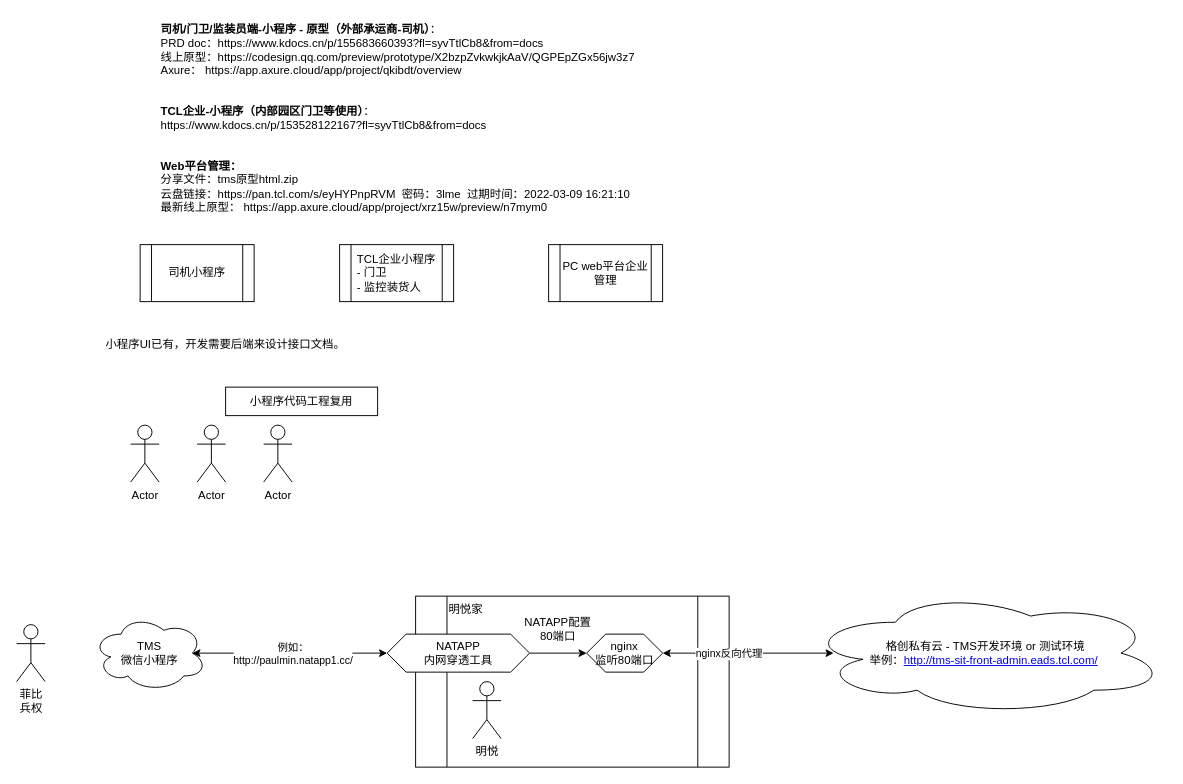
The draw.io diagram page "触点端" (1 of 11) of TMS.drawio in lawplus/diagrams, before the edit. Source tidied: cells renumbered, new cells numbered last; positions are measured from the earlier drawing's top-left corner, leaving out a move shared by most shapes. Both pictures are drawn from the tidied source at 95%, with x=0, y=0 at pixel (16, 16).
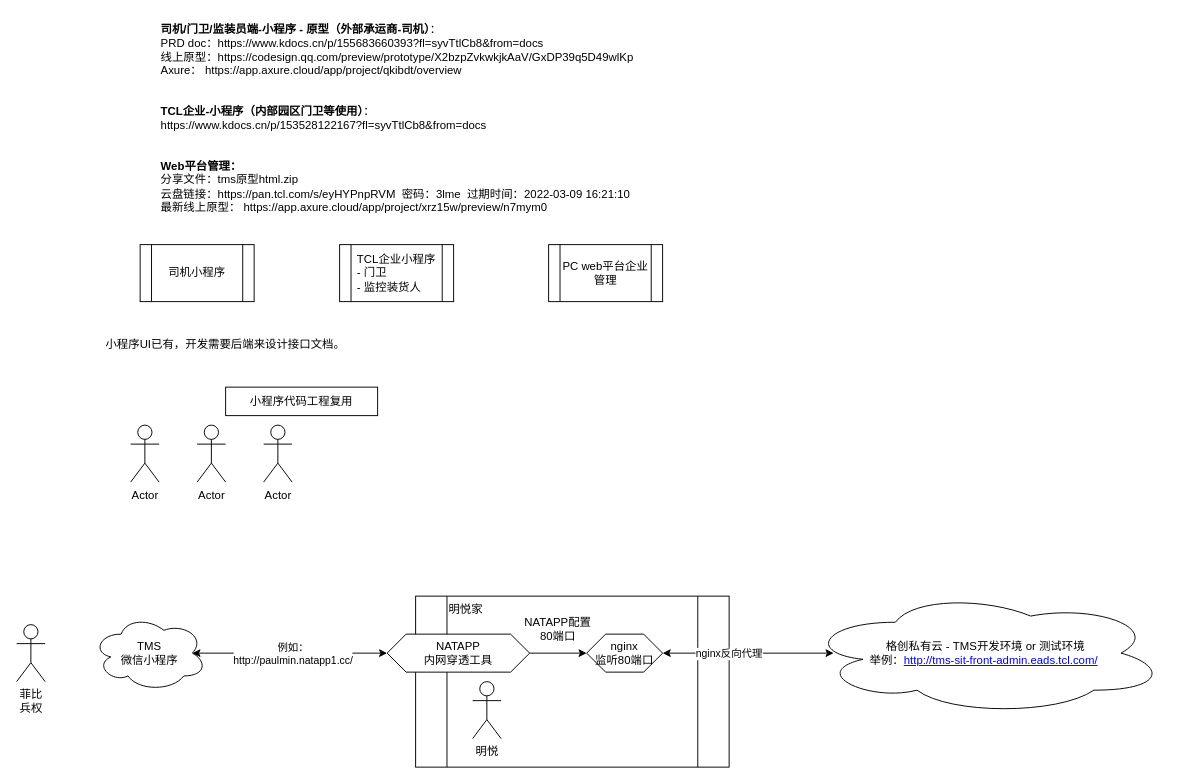
Above is the later version.

What changed in the source:
```diff
@@
-    <mxCell id="3" value="&lt;b&gt;司机/门卫/监装员端-小程序 - 原型（外部承运商-司机）&lt;/b&gt;：&amp;nbsp;&lt;br&gt;PRD doc：https://www.kdocs.cn/p/155683660393?fl=syvTtlCb8&amp;amp;from=docs &lt;br&gt;线上原型：https://codesign.qq.com/preview/prototype/X2bzpZvkwkjkAaV/QGPEpZGx56jw3z7&lt;br&gt;Axure：&amp;nbsp;https://app.axure.cloud/app/project/qkibdt/overview&lt;br&gt;&lt;br&gt;&lt;br&gt;&lt;b&gt;TCL企业-小程序（内部园区门卫等使用）&lt;/b&gt;：&lt;br&gt;https://www.kdocs.cn/p/153528122167?fl=syvTtlCb8&amp;amp;from=docs&lt;br&gt;&lt;br&gt;&lt;br&gt;&lt;b&gt;Web平台管理：&lt;/b&gt;&lt;br&gt;&lt;div&gt;分享文件：tms原型html.zip&lt;/div&gt;&lt;div&gt;云盘链接：https://pan.tcl.com/s/eyHYPnpRVM&amp;nbsp; 密码：3lme&amp;nbsp; 过期时间：2022-03-09 16:21:10&lt;/div&gt;&lt;div&gt;最新线上原型：&amp;nbsp;https://app.axure.cloud/app/project/xrz15w/preview/n7mym0&lt;/div&gt;" style="text;whiteSpace=wrap;html=1;" parent="1" vertex="1">
+    <mxCell id="3" value="&lt;b&gt;司机/门卫/监装员端-小程序 - 原型（外部承运商-司机）&lt;/b&gt;：&amp;nbsp;&lt;br&gt;PRD doc：https://www.kdocs.cn/p/155683660393?fl=syvTtlCb8&amp;amp;from=docs &lt;br&gt;线上原型：https://codesign.qq.com/preview/prototype/X2bzpZvkwkjkAaV/GxDP39q5D49wlKp&lt;br&gt;Axure：&amp;nbsp;https://app.axure.cloud/app/project/qkibdt/overview&lt;br&gt;&lt;br&gt;&lt;br&gt;&lt;b&gt;TCL企业-小程序（内部园区门卫等使用）&lt;/b&gt;：&lt;br&gt;https://www.kdocs.cn/p/153528122167?fl=syvTtlCb8&amp;amp;from=docs&lt;br&gt;&lt;br&gt;&lt;br&gt;&lt;b&gt;Web平台管理：&lt;/b&gt;&lt;br&gt;&lt;div&gt;分享文件：tms原型html.zip&lt;/div&gt;&lt;div&gt;云盘链接：https://pan.tcl.com/s/eyHYPnpRVM&amp;nbsp; 密码：3lme&amp;nbsp; 过期时间：2022-03-09 16:21:10&lt;/div&gt;&lt;div&gt;最新线上原型：&amp;nbsp;https://app.axure.cloud/app/project/xrz15w/preview/n7mym0&lt;/div&gt;" style="text;whiteSpace=wrap;html=1;" parent="1" vertex="1">
       <mxGeometry x="150" width="590" height="200" as="geometry" />
     </mxCell>
```
